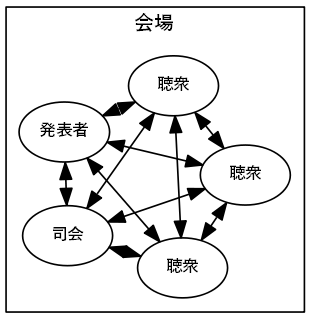
seibe/Speech keeps this Graphviz diagram as Thesis/img/Figure1.png. Above is the earlier version. Its source is kept beside it as Thesis/img/Figure1.gv. The source it was exported from:
```dot
digraph sample {
	graph[
		fontname="Yu Gothic bold";
		layout = fdp;
		charset = "UTF-8";
		dpi = 120;
	];
	node[
		fontname = "Yu Gothic bold";
		fontsize = 10;
	];
	edge[fontname="Yu Gothic bold"];

	subgraph cluster {
		label = "会場";
		fontsize = 12;

		people1 [label="司会"]
		people2 [label="発表者"]
		people3 [label="聴衆"]
		people4 [label="聴衆"]
		people5 [label="聴衆"]

		people1->people2 [dir=both]
		people1->people3 [dir=both]
		people1->people4 [dir=both]
		people1->people5 [dir=both]
		people2->people3 [dir=both]
		people2->people4 [dir=both]
		people2->people5 [dir=both]
		people3->people4 [dir=both]
		people3->people5 [dir=both]
		people4->people5 [dir=both]
	};
}
```
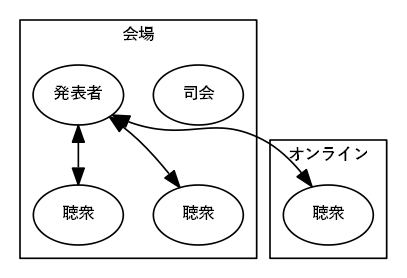
After the change.

Diff of the diagram source:
```diff
@@ -1,7 +1,7 @@
-digraph sample {
+digraph sample1 {
 	graph[
 		fontname="Yu Gothic bold";
-		layout = fdp;
+		layout = dot;
 		charset = "UTF-8";
 		dpi = 120;
 	];
@@ -11,25 +11,24 @@
 	];
 	edge[fontname="Yu Gothic bold"];
 
-	subgraph cluster {
+	subgraph cluster0 {
 		label = "会場";
-		fontsize = 12;
+		fontsize = 10;
 
-		people1 [label="司会"]
-		people2 [label="発表者"]
-		people3 [label="聴衆"]
-		people4 [label="聴衆"]
-		people5 [label="聴衆"]
+		master [label="司会"];
+		presenter [label="発表者"];
+		audience1 [label="聴衆"];
+		audience2 [label="聴衆"];
 
-		people1->people2 [dir=both]
-		people1->people3 [dir=both]
-		people1->people4 [dir=both]
-		people1->people5 [dir=both]
-		people2->people3 [dir=both]
-		people2->people4 [dir=both]
-		people2->people5 [dir=both]
-		people3->people4 [dir=both]
-		people3->people5 [dir=both]
-		people4->people5 [dir=both]
+		presenter->audience1 [dir=both];
+		presenter->audience2 [dir=both];
 	};
+
+	subgraph cluster1 {
+		label = "オンライン";
+		fontsize = 10;
+		audience3 [label="聴衆"]
+	}
+
+	presenter->audience3 [dir=both];
 }
```
